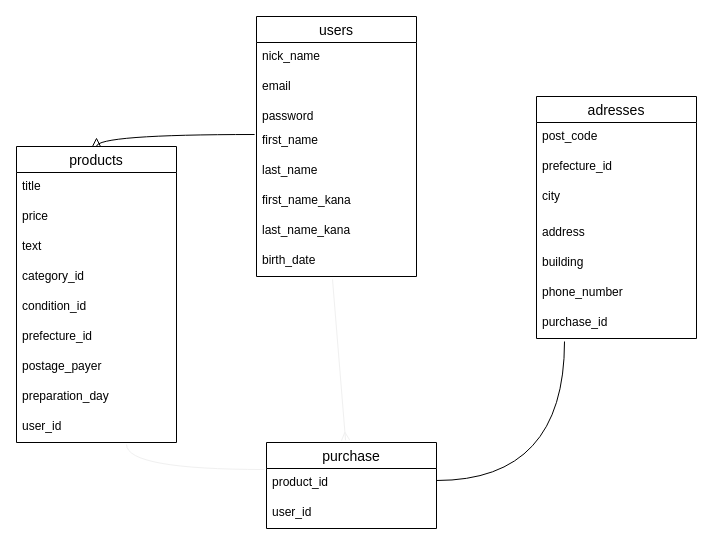
Above: test.dio in ryouta-M/furima-31120-1 (draw.io), before the change. Source tidied: cells renumbered, new cells numbered last; positions are measured from the earlier drawing's top-left corner, leaving out a move shared by most shapes. Both pictures are drawn from the tidied source at 100%, with x=0, y=0 at pixel (16, 16).
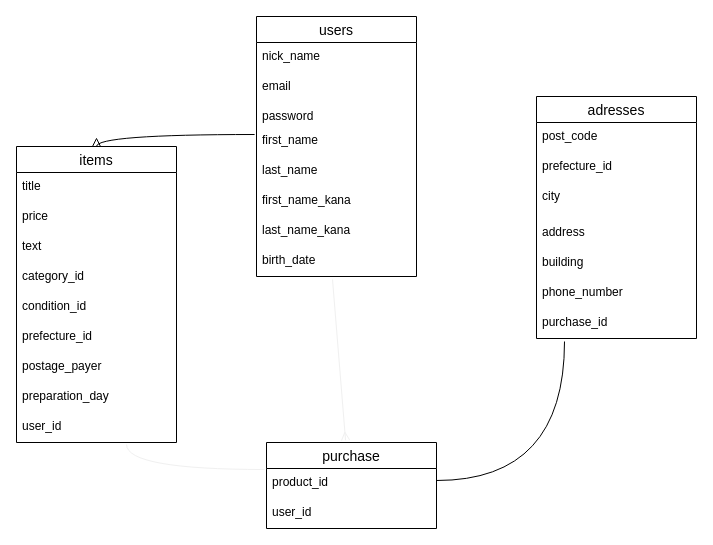
After the change.

Commit message (it also covers changes not shown here):
DB設計の修正

The edit, as a diff of the source:
```diff
@@
-    <mxCell id="16" value="products" style="swimlane;fontStyle=0;horizontal=1;startSize=26;align=center;fontSize=14;" parent="1" vertex="1">
+    <mxCell id="16" value="items" style="swimlane;fontStyle=0;horizontal=1;startSize=26;align=center;fontSize=14;" parent="1" vertex="1">
       <mxGeometry y="130" width="160" height="296" as="geometry" />
     </mxCell>
```
